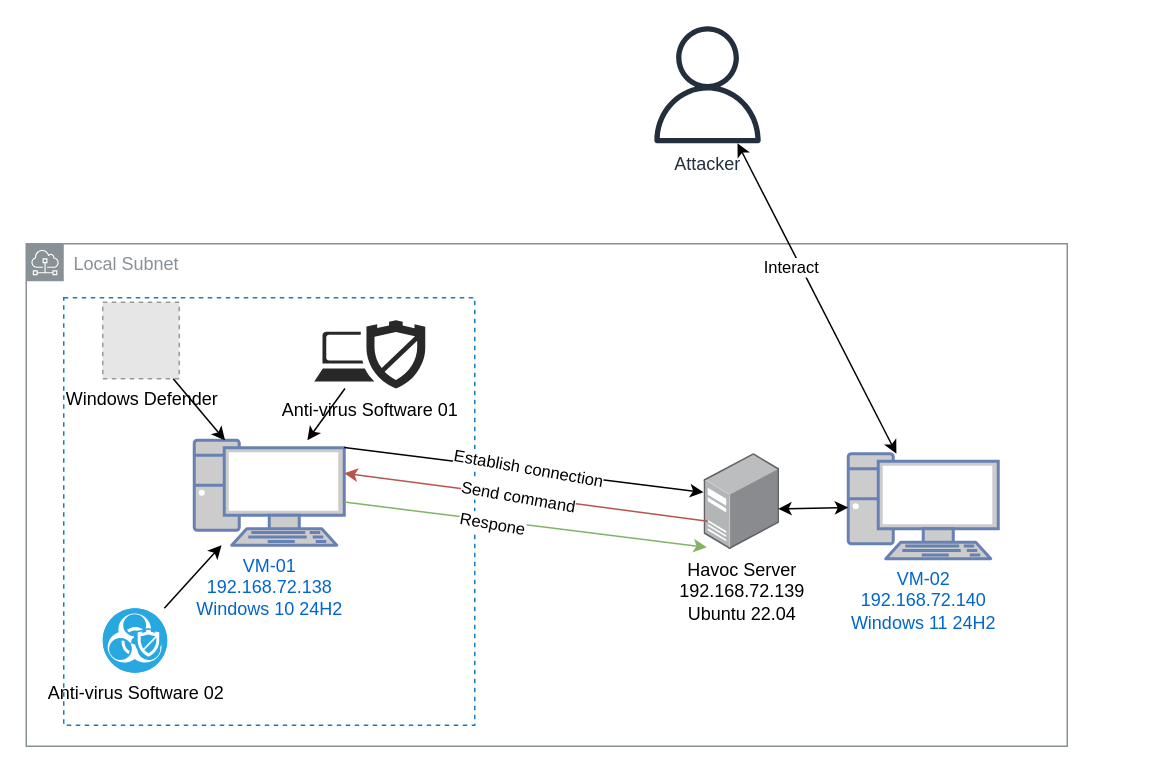
lephuduc/kayumi keeps this draw.io diagram as page "Demo-Architecture" (2 of 5) of C2_model.drawio. Above is the earlier version. Source tidied: cells renumbered, new cells numbered last; positions are measured from the earlier drawing's top-left corner, leaving out a move shared by most shapes. Both pictures are drawn from the tidied source at 150%, with x=0, y=0 at pixel (26, 26). Pictures stored in the file or linked from it are replaced by grey dashed boxes.
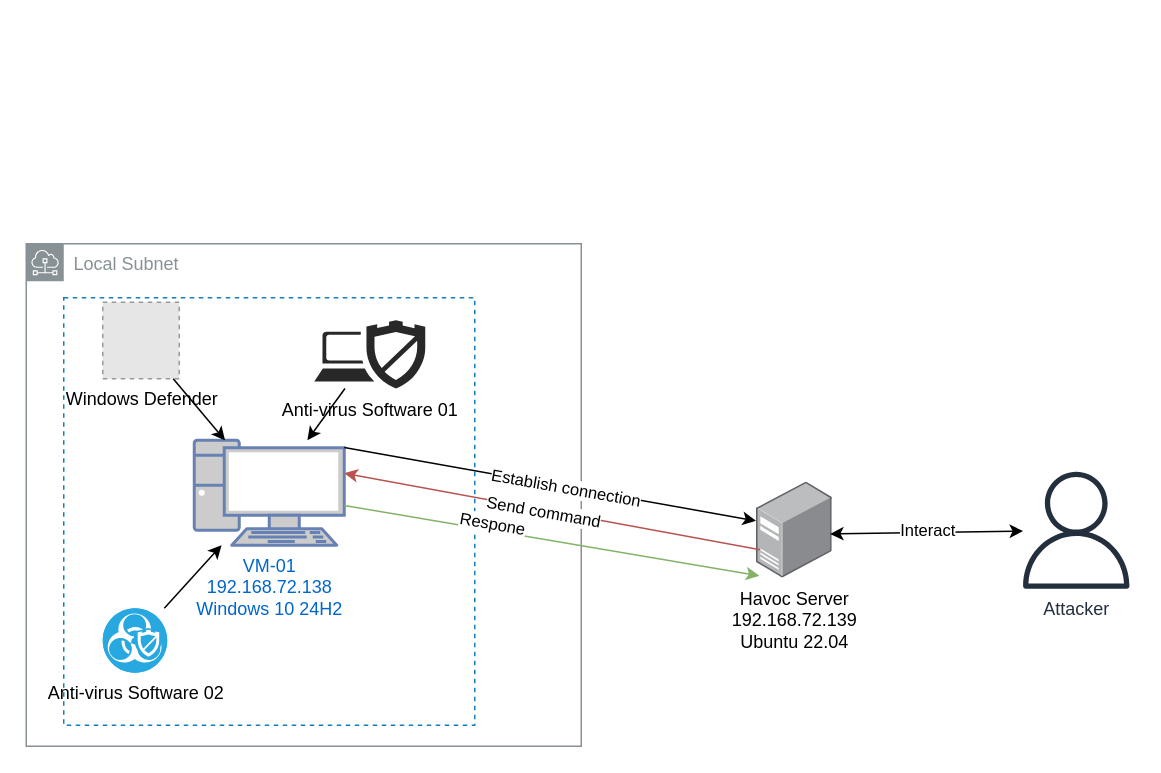
The same diagram, later.

What changed in the source:
```diff
@@
     <mxCell id="2" value="Local Subnet" style="sketch=0;gradientColor=none;html=1;whiteSpace=wrap;fontSize=12;fontStyle=0;shape=mxgraph.aws4.group;grIcon=mxgraph.aws4.group_subnet;strokeColor=#879196;fillColor=none;verticalAlign=top;align=left;spacingLeft=30;fontColor=#879196;dashed=0;" parent="1" vertex="1">
-      <mxGeometry y="145" width="694" height="335" as="geometry" />
+      <mxGeometry y="145" width="370" height="335" as="geometry" />
     </mxCell>
@@
-    <mxCell id="4" value="VM-02&lt;div&gt;192.168.72.140&lt;/div&gt;&lt;div&gt;Windows 11 24H2&lt;/div&gt;" style="fontColor=#0066CC;verticalAlign=top;verticalLabelPosition=bottom;labelPosition=center;align=center;html=1;outlineConnect=0;fillColor=#CCCCCC;strokeColor=#6881B3;gradientColor=none;gradientDirection=north;strokeWidth=2;shape=mxgraph.networks.pc;" parent="1" vertex="1">
-      <mxGeometry x="548" y="285" width="100" height="70" as="geometry" />
-    </mxCell>
@@
     <mxCell id="6" value="&lt;div&gt;Havoc Server&lt;/div&gt;&lt;div&gt;192.168.72.139&lt;/div&gt;&lt;div&gt;Ubuntu 22.04&lt;/div&gt;" style="image;points=[];html=1;align=center;shadow=0;dashed=0;image=img/lib/allied_telesis/computer_and_terminals/Server_Desktop.svg;" parent="1" vertex="1">
-      <mxGeometry x="452" y="285" width="50.5" height="64" as="geometry" />
+      <mxGeometry x="487" y="304" width="50.5" height="64" as="geometry" />
     </mxCell>
-    <mxCell id="7" style="endArrow=classic;startArrow=classic;html=1;rounded=0;entryX=0.976;entryY=0.574;entryDx=0;entryDy=0;entryPerimeter=0;" parent="1" edge="1" source="4" target="6">
-      <mxGeometry relative="1" as="geometry" />
-    </mxCell>
@@
     <mxCell id="10" value="Attacker" style="sketch=0;outlineConnect=0;fontColor=#232F3E;gradientColor=none;fillColor=#232F3D;strokeColor=none;dashed=0;verticalLabelPosition=bottom;verticalAlign=top;align=center;html=1;fontSize=12;fontStyle=0;shape=mxgraph.aws4.user;" parent="1" vertex="1">
-      <mxGeometry x="415.2" width="78" height="78" as="geometry" />
+      <mxGeometry x="661" y="297" width="78" height="78" as="geometry" />
     </mxCell>
@@
-    <mxCell id="14" style="endArrow=classic;startArrow=classic;html=1;rounded=0;" parent="1" edge="1" source="4" target="10">
+    <mxCell id="14" style="endArrow=classic;startArrow=classic;html=1;rounded=0;exitX=0.968;exitY=0.538;exitDx=0;exitDy=0;exitPerimeter=0;" parent="1" edge="1" source="6" target="10">
       <mxGeometry relative="1" as="geometry" />
     </mxCell>
```
